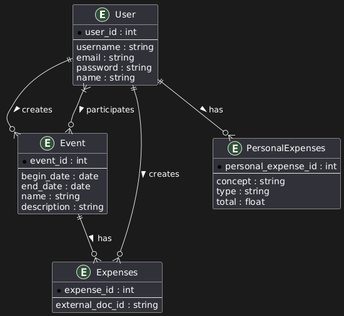
The PlantUML diagram data/postgres/ER_Data_Model.png in omardtl24/TMP_2C_swarch, before a commit.
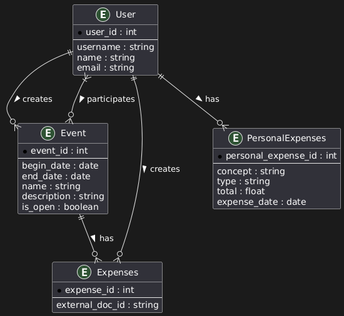
After the change.

Commit message:
Update ER Model -> Invitations

The edit, as a diff of the source:
```diff
@@ -3,9 +3,8 @@
   * user_id : int
   --
   username : string
+  name : string
   email : string
-  password : string
-  name : string
 }
 
 entity "Event" as E {
@@ -15,6 +14,7 @@
   end_date : date
   name : string
   description : string
+  is_open : boolean
 }
 
 entity "Expenses" as B {
@@ -29,6 +29,7 @@
   concept : string
   type : string
   total : float
+  expense_date : date
 }
 
 U ||--o{ E : creates >
```
